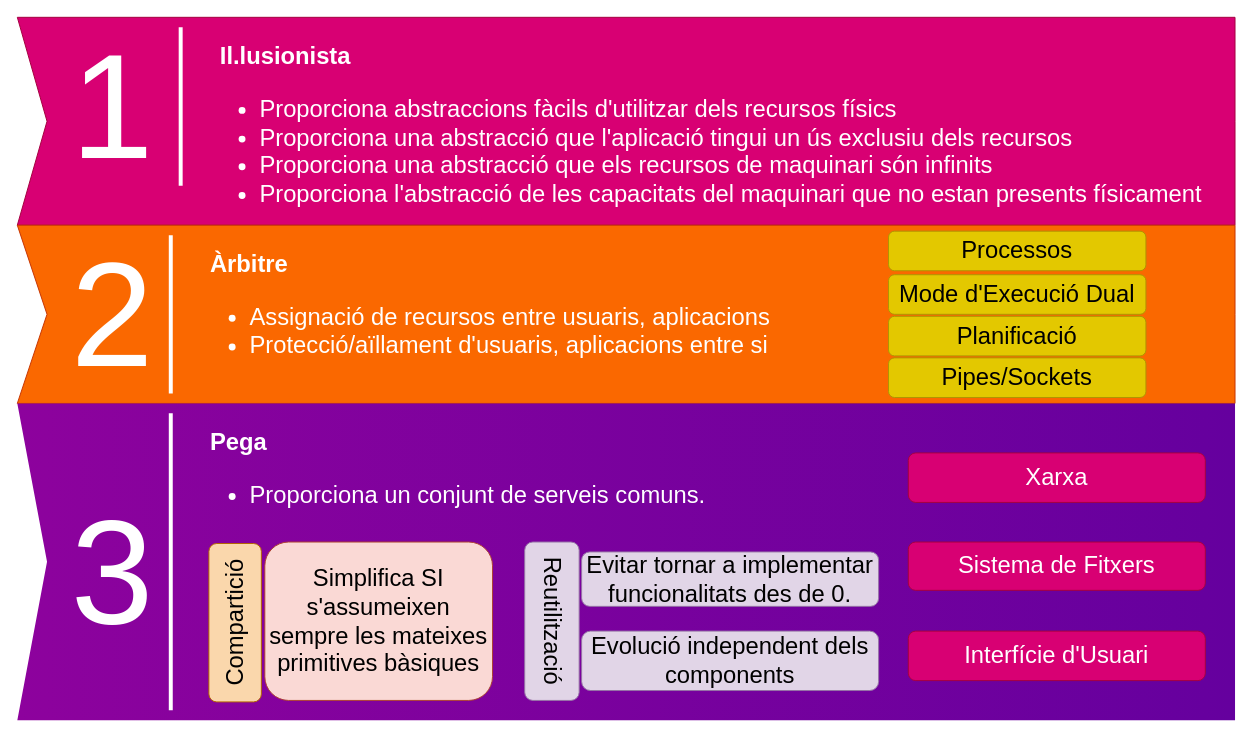
The draw.io diagram page "roles" (3 of 6) of figs/teoria/unitat0/sources/unitat0.drawio in rikwsb/materials, before the edit. Source tidied: cells renumbered, new cells numbered last; positions are measured from the earlier drawing's top-left corner, leaving out a move shared by most shapes. Both pictures are drawn from the tidied source at 99%, with x=0, y=0 at pixel (17, 17).
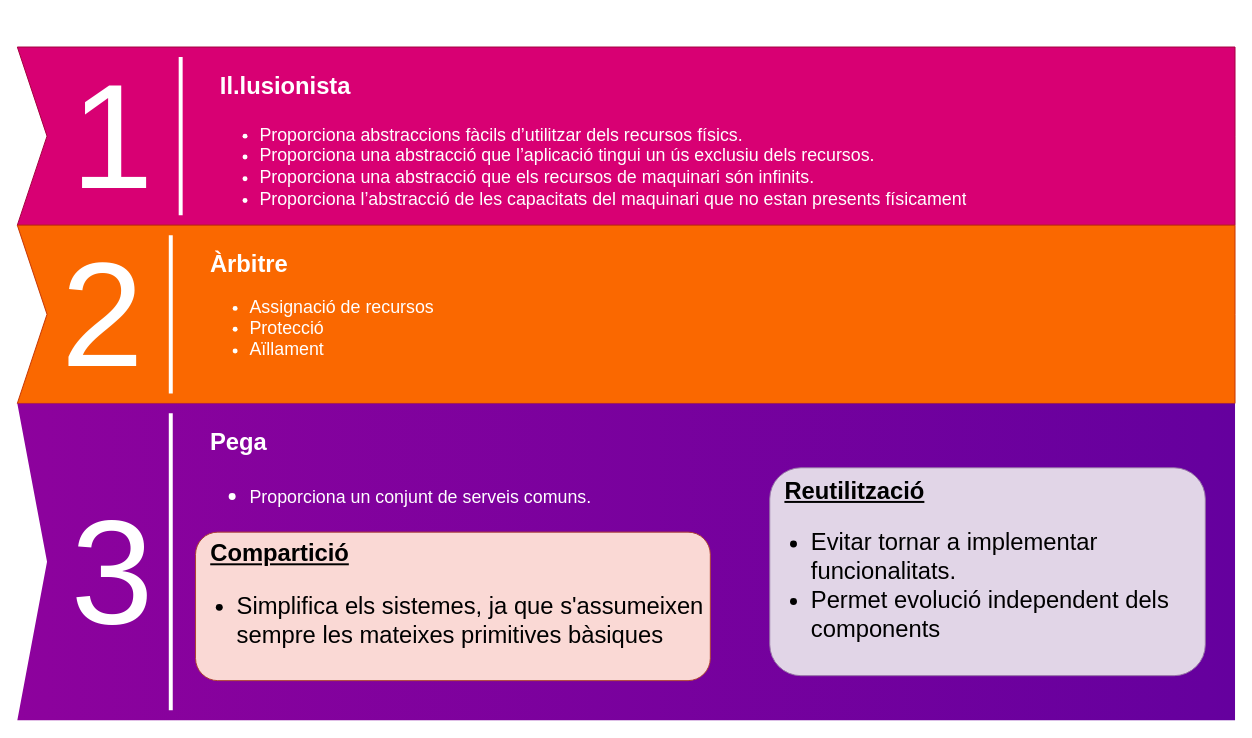
The same diagram, later.

What changed in the source:
```diff
@@
-    <mxCell id="2" style="html=1;shadow=0;dashed=0;align=center;verticalAlign=middle;shape=mxgraph.arrows2.arrow;dy=0;dx=0;notch=30;rounded=0;strokeColor=#A50040;strokeWidth=1;fillColor=#d80073;fontFamily=Tahoma;fontSize=10;fontColor=#ffffff;gradientDirection=east;" parent="1" vertex="1">
-      <mxGeometry width="1230" height="210" as="geometry" />
+    <mxCell id="2" style="html=1;shadow=0;dashed=0;align=center;verticalAlign=middle;shape=mxgraph.arrows2.arrow;dy=0;dx=0;notch=30;rounded=0;strokeColor=#A50040;strokeWidth=1;fillColor=#d80073;fontFamily=Fire Sans;fontSize=10;fontColor=#ffffff;gradientDirection=east;" parent="1" vertex="1">
+      <mxGeometry y="30" width="1230" height="180" as="geometry" />
     </mxCell>
-    <mxCell id="3" value="&lt;h1 style=&quot;font-size: 24px;&quot;&gt;Il.lusionista&lt;/h1&gt;&lt;p style=&quot;font-size: 24px;&quot;&gt;&lt;/p&gt;&lt;ul style=&quot;font-size: 24px;&quot;&gt;&lt;li style=&quot;font-size: 24px;&quot;&gt;&lt;span style=&quot;background-color: initial; font-size: 24px;&quot;&gt;Proporciona abstraccions fàcils d'utilitzar dels recursos físics&lt;/span&gt;&lt;/li&gt;&lt;li style=&quot;border-color: var(--border-color); font-size: 24px;&quot;&gt;&lt;font style=&quot;border-color: var(--border-color); font-size: 24px;&quot;&gt;Proporciona&amp;nbsp;una abstracció que l'aplicació tingui un ús exclusiu dels recursos&lt;/font&gt;&lt;/li&gt;&lt;li style=&quot;border-color: var(--border-color); font-size: 24px;&quot;&gt;&lt;font style=&quot;border-color: var(--border-color); font-size: 24px;&quot;&gt;Proporciona&amp;nbsp;una abstracció que els recursos de maquinari són infinits&lt;/font&gt;&lt;/li&gt;&lt;li style=&quot;border-color: var(--border-color); font-size: 24px;&quot;&gt;&lt;font style=&quot;border-color: var(--border-color); font-size: 24px;&quot;&gt;Proporciona&amp;nbsp;l'abstracció de les capacitats del maquinari que no estan presents físicament&lt;/font&gt;&lt;/li&gt;&lt;/ul&gt;&lt;p style=&quot;font-size: 24px;&quot;&gt;&lt;/p&gt;" style="text;html=1;strokeColor=none;fillColor=none;spacing=5;spacingTop=-20;whiteSpace=wrap;overflow=hidden;rounded=0;shadow=0;dashed=0;fontFamily=Helvetica;fontSize=24;fontColor=#FFFFFF;align=left;" parent="1" vertex="1">
-      <mxGeometry x="200" y="20" width="1020" height="200" as="geometry" />
+    <mxCell id="3" value="&lt;h1 style=&quot;font-size: 24px;&quot;&gt;Il.lusionista&lt;/h1&gt;&lt;p style=&quot;font-size: 24px;&quot;&gt;&lt;/p&gt;&lt;ul style=&quot;font-size: 18px;&quot;&gt;&lt;li&gt;Proporciona abstraccions fàcils d’utilitzar dels recursos físics.&lt;/li&gt;&lt;li&gt;Proporciona una abstracció que l’aplicació tingui un ús exclusiu dels recursos.&lt;/li&gt;&lt;li&gt;Proporciona una abstracció que els recursos de maquinari són infinits.&lt;/li&gt;&lt;li&gt;Proporciona l’abstracció de les capacitats del maquinari que no estan presents físicament&lt;/li&gt;&lt;/ul&gt;&lt;p style=&quot;font-size: 24px;&quot;&gt;&lt;/p&gt;" style="text;html=1;strokeColor=none;fillColor=none;spacing=5;spacingTop=-20;whiteSpace=wrap;overflow=hidden;rounded=0;shadow=0;dashed=0;fontFamily=Fire Sans;fontSize=24;fontColor=#FFFFFF;align=left;" parent="1" vertex="1">
+      <mxGeometry x="200" y="50" width="1020" height="150" as="geometry" />
     </mxCell>
-    <mxCell id="4" style="verticalLabelPosition=bottom;verticalAlign=top;html=1;strokeWidth=1;shape=mxgraph.basic.orthogonal_triangle;rounded=0;shadow=0;dashed=0;fontFamily=Tahoma;fontSize=24;fontColor=#FFFFFF;flipV=1;fillColor=#000000;strokeColor=none;opacity=50;" parent="1" vertex="1">
+    <mxCell id="4" style="verticalLabelPosition=bottom;verticalAlign=top;html=1;strokeWidth=1;shape=mxgraph.basic.orthogonal_triangle;rounded=0;shadow=0;dashed=0;fontFamily=Fire Sans;fontSize=24;fontColor=#FFFFFF;flipV=1;fillColor=#000000;strokeColor=none;opacity=50;" parent="1" vertex="1">
       <mxGeometry x="980" y="570" width="140" height="40" as="geometry" />
     </mxCell>
-    <mxCell id="5" style="html=1;shadow=0;dashed=0;align=center;verticalAlign=middle;shape=mxgraph.arrows2.arrow;dy=0;dx=0;notch=30;rounded=0;strokeColor=#C73500;strokeWidth=1;fillColor=#fa6800;fontFamily=Tahoma;fontSize=10;fontColor=#000000;gradientDirection=east;" parent="1" vertex="1">
+    <mxCell id="5" style="html=1;shadow=0;dashed=0;align=center;verticalAlign=middle;shape=mxgraph.arrows2.arrow;dy=0;dx=0;notch=30;rounded=0;strokeColor=#C73500;strokeWidth=1;fillColor=#fa6800;fontFamily=Fire Sans;fontSize=10;fontColor=#000000;gradientDirection=east;" parent="1" vertex="1">
       <mxGeometry y="210" width="1230" height="180" as="geometry" />
     </mxCell>
-    <mxCell id="6" style="html=1;shadow=0;dashed=0;align=center;verticalAlign=middle;shape=mxgraph.arrows2.arrow;dy=0;dx=0;notch=30;rounded=0;strokeColor=none;strokeWidth=1;fillColor=#8D029D;fontFamily=Tahoma;fontSize=10;fontColor=#FFFFFF;gradientColor=#65009E;gradientDirection=east;" parent="1" vertex="1">
+    <mxCell id="6" style="html=1;shadow=0;dashed=0;align=center;verticalAlign=middle;shape=mxgraph.arrows2.arrow;dy=0;dx=0;notch=30;rounded=0;strokeColor=none;strokeWidth=1;fillColor=#8D029D;fontFamily=Fire Sans;fontSize=10;fontColor=#FFFFFF;gradientColor=#65009E;gradientDirection=east;" parent="1" vertex="1">
       <mxGeometry y="390" width="1230" height="320" as="geometry" />
     </mxCell>
-    <mxCell id="7" value="1" style="text;html=1;strokeColor=none;fillColor=none;align=right;verticalAlign=middle;whiteSpace=wrap;rounded=0;shadow=0;dashed=0;fontFamily=Helvetica;fontSize=150;fontColor=#FFFFFF;" parent="1" vertex="1">
-      <mxGeometry x="60" width="80" height="180" as="geometry" />
+    <mxCell id="7" value="1" style="text;html=1;strokeColor=none;fillColor=none;align=right;verticalAlign=middle;whiteSpace=wrap;rounded=0;shadow=0;dashed=0;fontFamily=Fire Sans;fontSize=150;fontColor=#FFFFFF;" parent="1" vertex="1">
+      <mxGeometry x="60" y="30" width="80" height="180" as="geometry" />
     </mxCell>
-    <mxCell id="8" value="2" style="text;html=1;strokeColor=none;fillColor=none;align=right;verticalAlign=middle;whiteSpace=wrap;rounded=0;shadow=0;dashed=0;fontFamily=Helvetica;fontSize=150;fontColor=#FFFFFF;" parent="1" vertex="1">
-      <mxGeometry x="50" y="210" width="90" height="180" as="geometry" />
+    <mxCell id="8" value="2" style="text;html=1;strokeColor=none;fillColor=none;align=right;verticalAlign=middle;whiteSpace=wrap;rounded=0;shadow=0;dashed=0;fontFamily=Fire Sans;fontSize=150;fontColor=#FFFFFF;" parent="1" vertex="1">
+      <mxGeometry x="50" y="210" width="80" height="180" as="geometry" />
     </mxCell>
-    <mxCell id="9" value="3" style="text;html=1;strokeColor=none;fillColor=none;align=right;verticalAlign=middle;whiteSpace=wrap;rounded=0;shadow=0;dashed=0;fontFamily=Helvetica;fontSize=150;fontColor=#FFFFFF;" parent="1" vertex="1">
+    <mxCell id="9" value="3" style="text;html=1;strokeColor=none;fillColor=none;align=right;verticalAlign=middle;whiteSpace=wrap;rounded=0;shadow=0;dashed=0;fontFamily=Fire Sans;fontSize=150;fontColor=#FFFFFF;" parent="1" vertex="1">
       <mxGeometry x="50" y="470" width="90" height="180" as="geometry" />
     </mxCell>
-    <mxCell id="10" style="line;strokeWidth=4;direction=south;html=1;rounded=0;shadow=0;dashed=0;fillColor=none;gradientColor=#AD0002;fontFamily=Helvetica;fontSize=150;fontColor=#FFFFFF;align=right;strokeColor=#FFFFFF;" parent="1" vertex="1">
-      <mxGeometry x="160" y="10" width="10" height="160" as="geometry" />
+    <mxCell id="10" style="line;strokeWidth=4;direction=south;html=1;rounded=0;shadow=0;dashed=0;fillColor=none;gradientColor=#AD0002;fontFamily=Fire Sans;fontSize=150;fontColor=#FFFFFF;align=right;strokeColor=#FFFFFF;" parent="1" vertex="1">
+      <mxGeometry x="160" y="40" width="10" height="160" as="geometry" />
     </mxCell>
-    <mxCell id="11" style="line;strokeWidth=4;direction=south;html=1;rounded=0;shadow=0;dashed=0;fillColor=none;gradientColor=#AD0002;fontFamily=Helvetica;fontSize=150;fontColor=#FFFFFF;align=right;strokeColor=#FFFFFF;" parent="1" vertex="1">
+    <mxCell id="11" style="line;strokeWidth=4;direction=south;html=1;rounded=0;shadow=0;dashed=0;fillColor=none;gradientColor=#AD0002;fontFamily=Fire Sans;fontSize=150;fontColor=#FFFFFF;align=right;strokeColor=#FFFFFF;" parent="1" vertex="1">
       <mxGeometry x="150" y="220" width="10" height="160" as="geometry" />
     </mxCell>
-    <mxCell id="12" style="line;strokeWidth=4;direction=south;html=1;rounded=0;shadow=0;dashed=0;fillColor=none;gradientColor=#AD0002;fontFamily=Helvetica;fontSize=150;fontColor=#FFFFFF;align=right;strokeColor=#FFFFFF;" parent="1" vertex="1">
+    <mxCell id="12" style="line;strokeWidth=4;direction=south;html=1;rounded=0;shadow=0;dashed=0;fillColor=none;gradientColor=#AD0002;fontFamily=Fire Sans;fontSize=150;fontColor=#FFFFFF;align=right;strokeColor=#FFFFFF;" parent="1" vertex="1">
       <mxGeometry x="150" y="400" width="10" height="300" as="geometry" />
     </mxCell>
-    <mxCell id="13" value="&lt;h1 style=&quot;font-size: 24px;&quot;&gt;Àrbitre&lt;/h1&gt;&lt;div style=&quot;font-size: 24px;&quot;&gt;&lt;ul style=&quot;font-size: 24px;&quot;&gt;&lt;li style=&quot;font-size: 24px;&quot;&gt;Assignació de recursos entre usuaris, aplicacions&lt;/li&gt;&lt;li style=&quot;font-size: 24px;&quot;&gt;Protecció/aïllament d'usuaris, aplicacions entre si&lt;/li&gt;&lt;/ul&gt;&lt;/div&gt;" style="text;html=1;strokeColor=none;fillColor=none;spacing=5;spacingTop=-20;whiteSpace=wrap;overflow=hidden;rounded=0;shadow=0;dashed=0;fontFamily=Helvetica;fontSize=24;fontColor=#FFFFFF;align=left;" parent="1" vertex="1">
+    <mxCell id="13" value="&lt;h1 style=&quot;font-size: 24px;&quot;&gt;Àrbitre&lt;/h1&gt;&lt;div style=&quot;font-size: 18px;&quot;&gt;&lt;ul style=&quot;&quot;&gt;&lt;li style=&quot;&quot;&gt;Assignació de recursos&lt;/li&gt;&lt;li style=&quot;&quot;&gt;Protecció&lt;/li&gt;&lt;li style=&quot;&quot;&gt;Aïllament&lt;/li&gt;&lt;/ul&gt;&lt;/div&gt;" style="text;html=1;strokeColor=none;fillColor=none;spacing=5;spacingTop=-20;whiteSpace=wrap;overflow=hidden;rounded=0;shadow=0;dashed=0;fontFamily=Fire Sans;fontSize=24;fontColor=#FFFFFF;align=left;" parent="1" vertex="1">
       <mxGeometry x="190" y="230" width="670" height="140" as="geometry" />
     </mxCell>
-    <mxCell id="14" value="&lt;h1 style=&quot;font-size: 24px;&quot;&gt;Pega&lt;/h1&gt;&lt;div style=&quot;font-size: 24px;&quot;&gt;&lt;ul style=&quot;border-color: var(--border-color); font-size: 24px;&quot;&gt;&lt;li style=&quot;border-color: var(--border-color); font-size: 24px;&quot;&gt;Proporciona un conjunt de serveis comuns.&lt;/li&gt;&lt;/ul&gt;&lt;/div&gt;" style="text;html=1;strokeColor=none;fillColor=none;spacing=5;spacingTop=-20;whiteSpace=wrap;overflow=hidden;rounded=0;shadow=0;dashed=0;fontFamily=Helvetica;fontSize=24;fontColor=#FFFFFF;align=left;" parent="1" vertex="1">
-      <mxGeometry x="190" y="410" width="670" height="140" as="geometry" />
+    <mxCell id="14" value="&lt;h1 style=&quot;font-size: 24px;&quot;&gt;Pega&lt;/h1&gt;&lt;div style=&quot;&quot;&gt;&lt;ul style=&quot;border-color: var(--border-color);&quot;&gt;&lt;li style=&quot;border-color: var(--border-color);&quot;&gt;&lt;font style=&quot;font-size: 18px;&quot;&gt;Proporciona un conjunt de serveis comuns.&lt;/font&gt;&lt;/li&gt;&lt;/ul&gt;&lt;/div&gt;" style="text;html=1;strokeColor=none;fillColor=none;spacing=5;spacingTop=-20;whiteSpace=wrap;overflow=hidden;rounded=0;shadow=0;dashed=0;fontFamily=Fire Sans;fontSize=24;fontColor=#FFFFFF;align=left;" parent="1" vertex="1">
+      <mxGeometry x="190" y="410" width="670" height="110" as="geometry" />
     </mxCell>
-    <mxCell id="15" value="Processos" style="rounded=1;whiteSpace=wrap;html=1;fillColor=#e3c800;strokeColor=#B09500;fontSize=24;fontColor=#000000;" parent="1" vertex="1">
-      <mxGeometry x="880" y="216" width="260" height="40" as="geometry" />
-    </mxCell>
-    <mxCell id="16" value="Mode d'Execució Dual" style="rounded=1;whiteSpace=wrap;html=1;fillColor=#e3c800;strokeColor=#B09500;fontSize=24;fontColor=#000000;" parent="1" vertex="1">
-      <mxGeometry x="880" y="260" width="260" height="40" as="geometry" />
-    </mxCell>
-    <mxCell id="17" value="Planificació" style="rounded=1;whiteSpace=wrap;html=1;fillColor=#e3c800;strokeColor=#B09500;fontSize=24;fontColor=#000000;" parent="1" vertex="1">
-      <mxGeometry x="880" y="302" width="260" height="40" as="geometry" />
-    </mxCell>
-    <mxCell id="18" value="Pipes/Sockets" style="rounded=1;whiteSpace=wrap;html=1;fillColor=#e3c800;strokeColor=#B09500;fontSize=24;fontColor=#000000;" parent="1" vertex="1">
-      <mxGeometry x="880" y="344" width="260" height="40" as="geometry" />
-    </mxCell>
-    <mxCell id="19" value="Compartició" style="rounded=1;whiteSpace=wrap;html=1;fillColor=#fad7ac;strokeColor=#b46504;fontSize=24;rotation=-90;" parent="1" vertex="1">
-      <mxGeometry x="140" y="585" width="160" height="53" as="geometry" />
-    </mxCell>
-    <mxCell id="20" value="Reutilització" style="rounded=1;whiteSpace=wrap;html=1;fillColor=#e1d5e7;strokeColor=#9673a6;fontSize=24;rotation=90;" parent="1" vertex="1">
-      <mxGeometry x="460" y="582.5" width="160" height="55" as="geometry" />
+    <mxCell id="20" value="&amp;nbsp; &lt;b&gt;&lt;u&gt;Reutilització&lt;/u&gt;&lt;/b&gt;&lt;div&gt;&lt;ul&gt;&lt;li&gt;&lt;span style=&quot;&quot;&gt;Evitar tornar a implementar funcionalitats.&lt;/span&gt;&lt;/li&gt;&lt;li style=&quot;&quot;&gt;Permet evolució independent dels components&lt;/li&gt;&lt;/ul&gt;&lt;/div&gt;" style="rounded=1;whiteSpace=wrap;html=1;fillColor=#e1d5e7;strokeColor=#9673a6;fontSize=24;rotation=0;align=left;fontFamily=Fire Sans;" parent="1" vertex="1">
+      <mxGeometry x="760" y="455" width="440" height="210" as="geometry" />
     </mxCell>
-    <mxCell id="21" value="Evitar tornar a implementar funcionalitats des de 0." style="rounded=1;whiteSpace=wrap;html=1;fillColor=#e1d5e7;strokeColor=#9673a6;fontSize=24;" parent="1" vertex="1">
-      <mxGeometry x="570" y="540" width="300" height="55" as="geometry" />
-    </mxCell>
-    <mxCell id="22" value="Evolució independent dels components" style="rounded=1;whiteSpace=wrap;html=1;fillColor=#e1d5e7;strokeColor=#9673a6;fontSize=24;" parent="1" vertex="1">
-      <mxGeometry x="570" y="620" width="300" height="60" as="geometry" />
-    </mxCell>
-    <mxCell id="23" value="Simplifica SI s'assumeixen sempre les mateixes primitives bàsiques" style="rounded=1;whiteSpace=wrap;html=1;fillColor=#fad9d5;strokeColor=#ae4132;fontSize=24;" parent="1" vertex="1">
-      <mxGeometry x="250" y="530" width="230" height="160" as="geometry" />
+    <mxCell id="23" value="&lt;div&gt;&lt;b&gt;&amp;nbsp;&amp;nbsp;&lt;/b&gt;&lt;b style=&quot;background-color: initial;&quot;&gt;&lt;u&gt;Compartició&lt;/u&gt;&lt;/b&gt;&lt;/div&gt;&lt;ul&gt;&lt;li&gt;Simplifica els sistemes, ja que s'assumeixen sempre les mateixes primitives bàsiques&lt;/li&gt;&lt;/ul&gt;" style="rounded=1;whiteSpace=wrap;html=1;fillColor=#fad9d5;strokeColor=#ae4132;fontSize=24;align=left;fontFamily=Fire Sans;" parent="1" vertex="1">
+      <mxGeometry x="180" y="520" width="520" height="150" as="geometry" />
     </mxCell>
-    <mxCell id="24" value="Sistema de Fitxers" style="rounded=1;whiteSpace=wrap;html=1;fillColor=#d80073;strokeColor=#A50040;fontSize=24;fontColor=#ffffff;" parent="1" vertex="1">
-      <mxGeometry x="900" y="530" width="300" height="48.8" as="geometry" />
-    </mxCell>
-    <mxCell id="25" value="Xarxa" style="rounded=1;whiteSpace=wrap;html=1;fillColor=#d80073;strokeColor=#A50040;fontSize=24;fontColor=#ffffff;" parent="1" vertex="1">
-      <mxGeometry x="900" y="440" width="300" height="50" as="geometry" />
-    </mxCell>
-    <mxCell id="26" value="Interfície d'Usuari" style="rounded=1;whiteSpace=wrap;html=1;fillColor=#d80073;strokeColor=#A50040;fontSize=24;fontColor=#ffffff;" parent="1" vertex="1">
-      <mxGeometry x="900" y="620" width="300" height="50" as="geometry" />
-    </mxCell>
```
